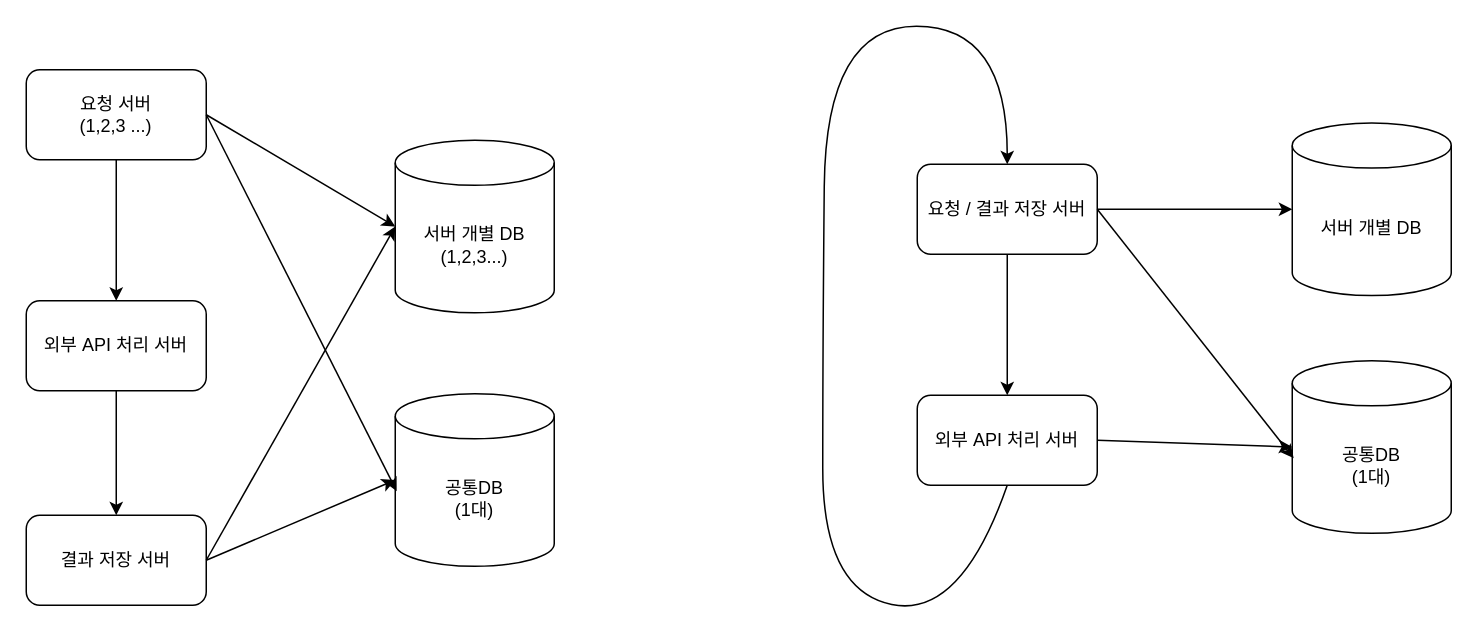
JIWON0813/diagram keeps this draw.io diagram as doc/제목 없는 다이어그램.drawio. Above is the earlier version. Source tidied: cells renumbered, new cells numbered last; positions are measured from the earlier drawing's top-left corner, leaving out a move shared by most shapes. Both pictures are drawn from the tidied source at 150%, with x=0, y=0 at pixel (26, 26).
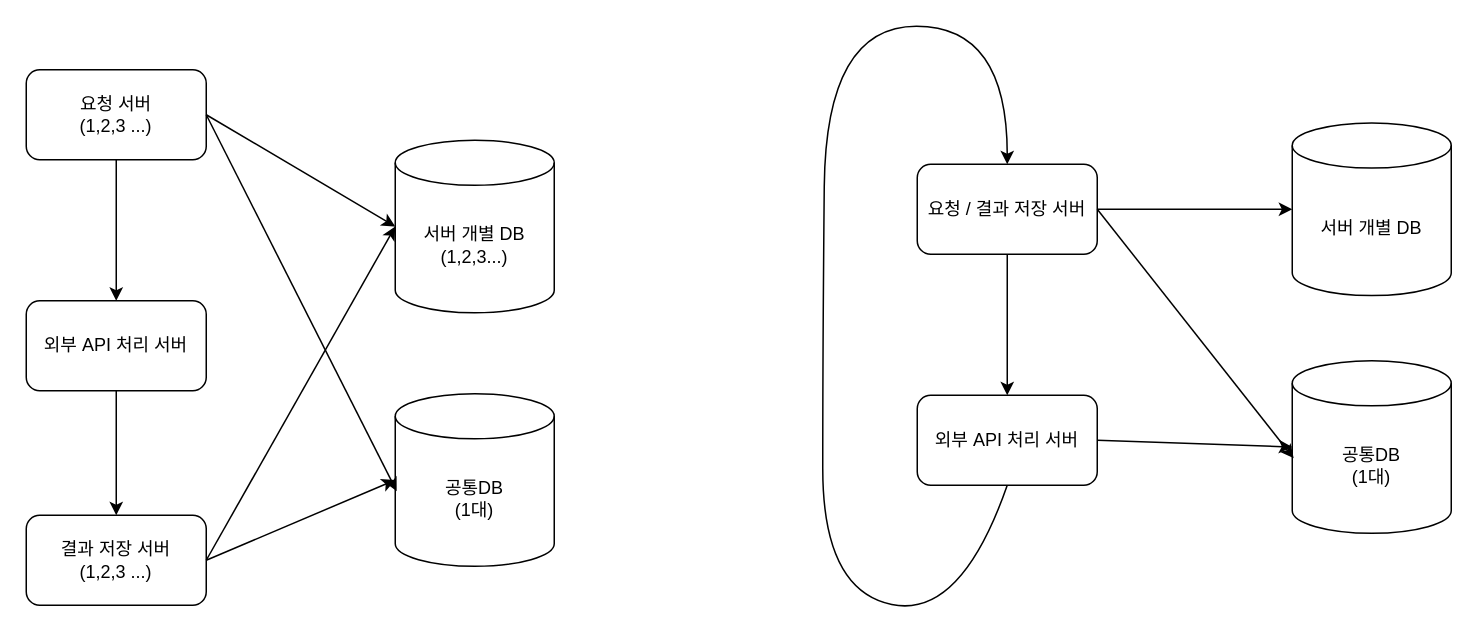
After the change.

Commit message:
제목 없는 다이어그램.drawio 업데이트

Change to the diagram source:
```diff
@@
-    <mxCell id="3" value="결과 저장 서버" style="rounded=1;whiteSpace=wrap;html=1;" parent="1" vertex="1">
+    <mxCell id="3" value="결과 저장 서버&lt;br&gt;(1,2,3 ...)" style="rounded=1;whiteSpace=wrap;html=1;" parent="1" vertex="1">
       <mxGeometry y="326" width="120" height="60" as="geometry" />
     </mxCell>
```
